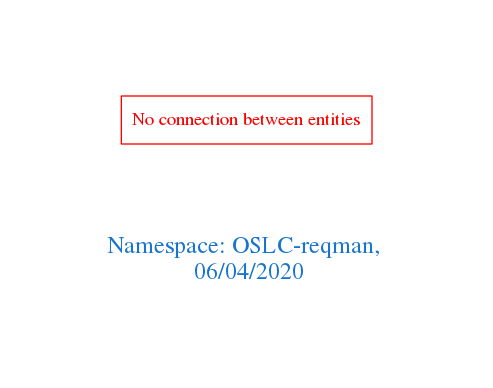
This is downloads/OSLC-reqman.png from arago/OGIT, a Graphviz export, as it was before one commit. Its source is kept beside it as downloads/OSLC-reqman.dot.
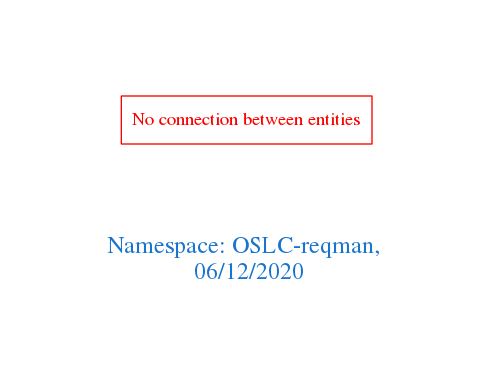
The same diagram one commit later.

What changed in the source:
```diff
@@ -1,7 +1,7 @@
 digraph OGIT_ontology {
  graph [ rankdir= LR,pad=1
 fontsize = 18,
-fontcolor= dodgerblue3,label = "\n\n\nNamespace: OSLC-reqman, \n 06/04/2020"];
+fontcolor= dodgerblue3,label = "\n\n\nNamespace: OSLC-reqman, \n 06/12/2020"];
 node[shape=polygon];
 edge [  color="gray81"];
 
```
